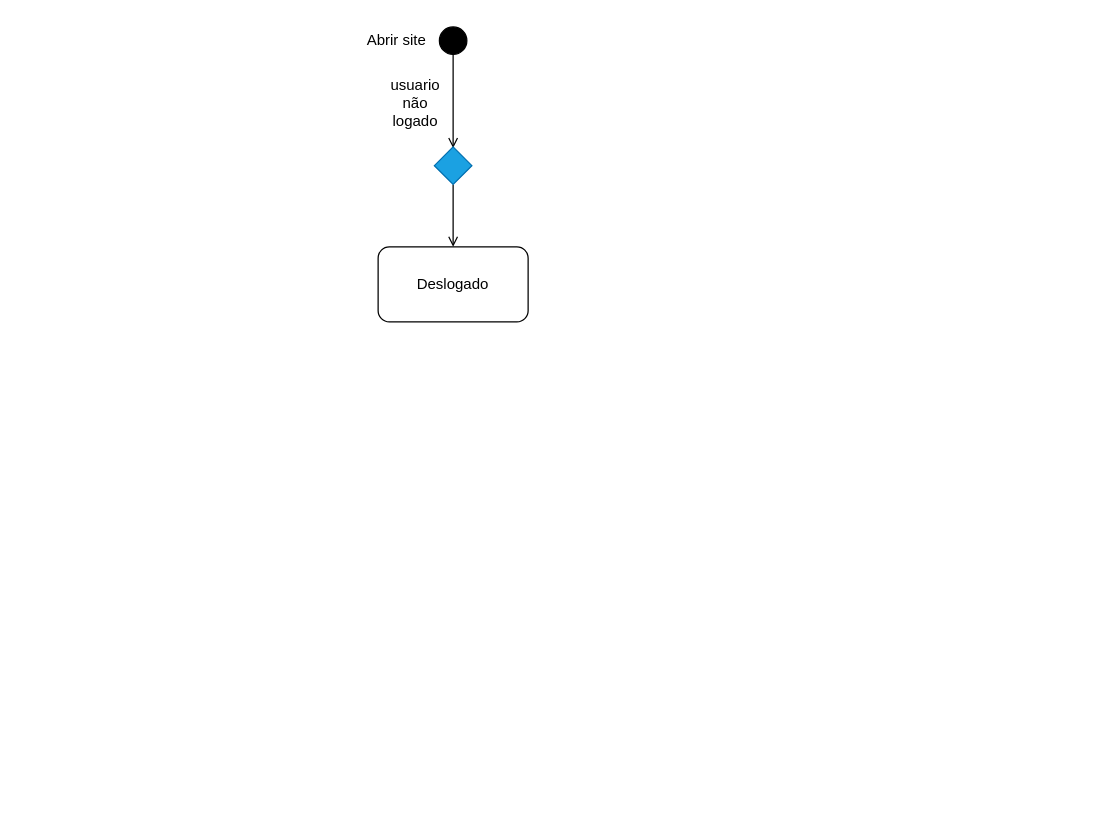
Earlier version of the draw.io diagram Diagrama de estado - Login/Cadastro.drawio (JudilenaGalvao/Projeto-POO). Source tidied: cells renumbered, new cells numbered last; positions are measured from the earlier drawing's top-left corner, leaving out a move shared by most shapes. Both pictures are drawn from the tidied source at 125%, with x=0, y=0 at pixel (359, 21).
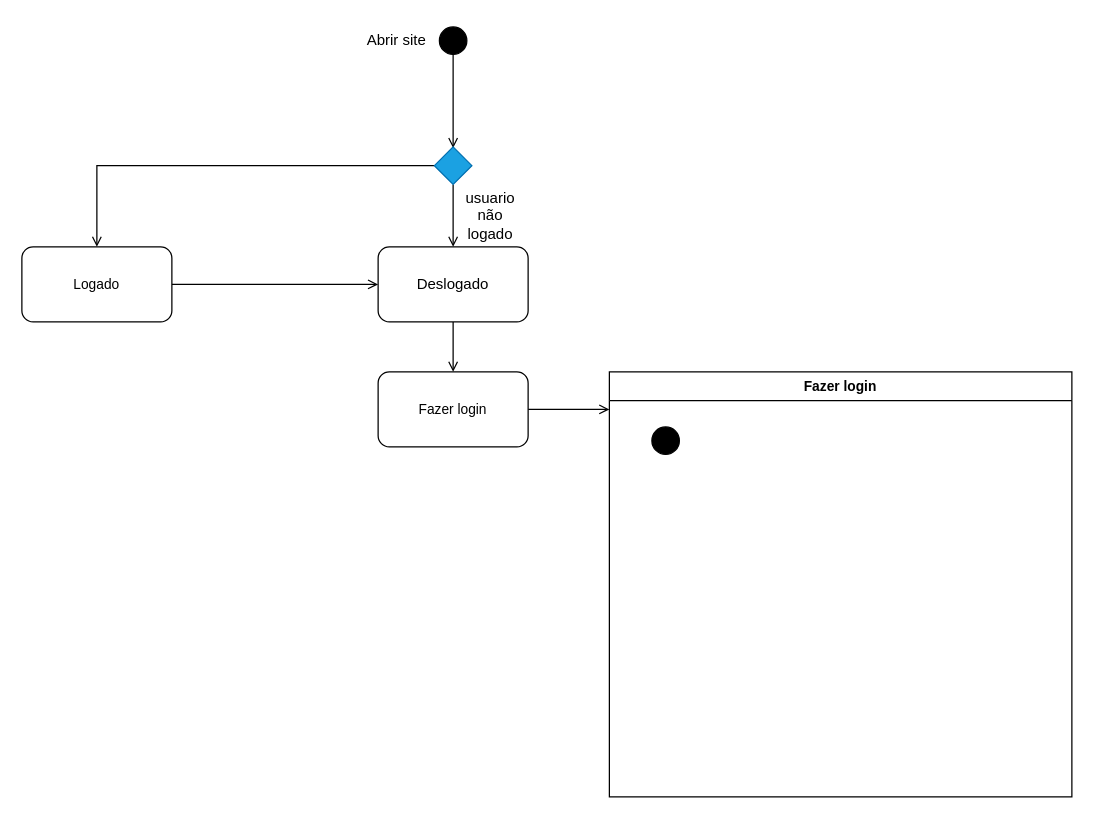
After the change.

Commit message (it also covers changes not shown here):
Diagrama de estado - Login/Cadastro.drawio

Diff of the diagram source:
```diff
@@
 <mxGraphModel>
   <root>
     <mxCell id="0" />
     <mxCell id="1" parent="0" />
     <mxCell id="2" style="edgeStyle=orthogonalEdgeStyle;rounded=0;orthogonalLoop=1;jettySize=auto;html=1;endArrow=open;endFill=0;" parent="1" edge="1">
       <mxGeometry relative="1" as="geometry">
         <mxPoint x="75" y="20" as="sourcePoint" />
         <mxPoint x="75" y="101" as="targetPoint" />
       </mxGeometry>
     </mxCell>
     <mxCell id="3" style="ellipse;html=1;shape=startState;fillColor=#000000;strokeColor=#000000;gradientColor=none;" parent="1" vertex="1">
       <mxGeometry x="60" width="30" height="30" as="geometry" />
     </mxCell>
     <mxCell id="4" value="Abrir site" style="text;html=1;strokeColor=none;fillColor=none;align=center;verticalAlign=middle;whiteSpace=wrap;rounded=0;" parent="1" vertex="1">
       <mxGeometry width="60" height="30" as="geometry" />
     </mxCell>
+    <mxCell id="9" style="edgeStyle=orthogonalEdgeStyle;shape=connector;rounded=0;jettySize=auto;html=1;exitX=0.5;exitY=1;exitDx=0;exitDy=0;entryX=0.5;entryY=0;entryDx=0;entryDy=0;labelBackgroundColor=default;strokeColor=default;fontFamily=Helvetica;fontSize=11;fontColor=default;endArrow=open;endFill=0;" parent="1" edge="1" source="5" target="12">
+      <mxGeometry relative="1" as="geometry" />
+    </mxCell>
     <mxCell id="5" value="Deslogado" style="rounded=1;whiteSpace=wrap;html=1;" parent="1" vertex="1">
       <mxGeometry x="15" y="180" width="120" height="60" as="geometry" />
     </mxCell>
     <mxCell id="6" value="usuario não logado" style="text;html=1;strokeColor=none;fillColor=none;align=center;verticalAlign=middle;whiteSpace=wrap;rounded=0;" parent="1" vertex="1">
-      <mxGeometry x="15" y="50" width="60" height="30" as="geometry" />
+      <mxGeometry x="75" y="140" width="60" height="30" as="geometry" />
     </mxCell>
     <mxCell id="7" style="edgeStyle=orthogonalEdgeStyle;rounded=0;jettySize=auto;html=1;exitX=0.5;exitY=1;exitDx=0;exitDy=0;entryX=0.5;entryY=0;entryDx=0;entryDy=0;endArrow=open;endFill=0;" parent="1" edge="1" source="8" target="5">
       <mxGeometry relative="1" as="geometry" />
     </mxCell>
+    <mxCell id="10" style="edgeStyle=orthogonalEdgeStyle;shape=connector;rounded=0;jettySize=auto;html=1;exitX=0;exitY=0.5;exitDx=0;exitDy=0;entryX=0.5;entryY=0;entryDx=0;entryDy=0;labelBackgroundColor=default;strokeColor=default;fontFamily=Helvetica;fontSize=11;fontColor=default;endArrow=open;endFill=0;" parent="1" edge="1" source="8" target="16">
+      <mxGeometry relative="1" as="geometry" />
+    </mxCell>
     <mxCell id="8" style="rhombus;whiteSpace=wrap;html=1;fillColor=#1ba1e2;strokeColor=#006EAF;fontColor=#ffffff;" parent="1" vertex="1">
       <mxGeometry x="60" y="100" width="30" height="30" as="geometry" />
     </mxCell>
+    <mxCell id="11" style="edgeStyle=orthogonalEdgeStyle;shape=connector;rounded=0;jettySize=auto;html=1;exitX=1;exitY=0.5;exitDx=0;exitDy=0;labelBackgroundColor=default;strokeColor=default;fontFamily=Helvetica;fontSize=11;fontColor=default;endArrow=open;endFill=0;" parent="1" edge="1" source="12">
+      <mxGeometry relative="1" as="geometry">
+        <mxPoint x="200" y="310" as="targetPoint" />
+      </mxGeometry>
+    </mxCell>
+    <mxCell id="12" value="Fazer login" style="rounded=1;whiteSpace=wrap;html=1;fontFamily=Helvetica;fontSize=11;fontColor=default;" parent="1" vertex="1">
+      <mxGeometry x="15" y="280" width="120" height="60" as="geometry" />
+    </mxCell>
+    <mxCell id="13" value="Fazer login" style="swimlane;whiteSpace=wrap;html=1;fontFamily=Helvetica;fontSize=11;fontColor=default;" parent="1" vertex="1">
+      <mxGeometry x="200" y="280" width="370" height="340" as="geometry" />
+    </mxCell>
+    <mxCell id="14" style="ellipse;html=1;shape=startState;fillColor=#000000;strokeColor=#000000;gradientColor=none;" parent="13" vertex="1">
+      <mxGeometry x="30" y="40" width="30" height="30" as="geometry" />
+    </mxCell>
+    <mxCell id="15" style="edgeStyle=orthogonalEdgeStyle;shape=connector;rounded=0;jettySize=auto;html=1;exitX=1;exitY=0.5;exitDx=0;exitDy=0;entryX=0;entryY=0.5;entryDx=0;entryDy=0;labelBackgroundColor=default;strokeColor=default;fontFamily=Helvetica;fontSize=11;fontColor=default;endArrow=open;endFill=0;" parent="1" edge="1" source="16" target="5">
+      <mxGeometry relative="1" as="geometry" />
+    </mxCell>
+    <mxCell id="16" value="Logado" style="rounded=1;whiteSpace=wrap;html=1;fontFamily=Helvetica;fontSize=11;fontColor=default;" parent="1" vertex="1">
+      <mxGeometry x="-270" y="180" width="120" height="60" as="geometry" />
+    </mxCell>
   </root>
 </mxGraphModel>
```
